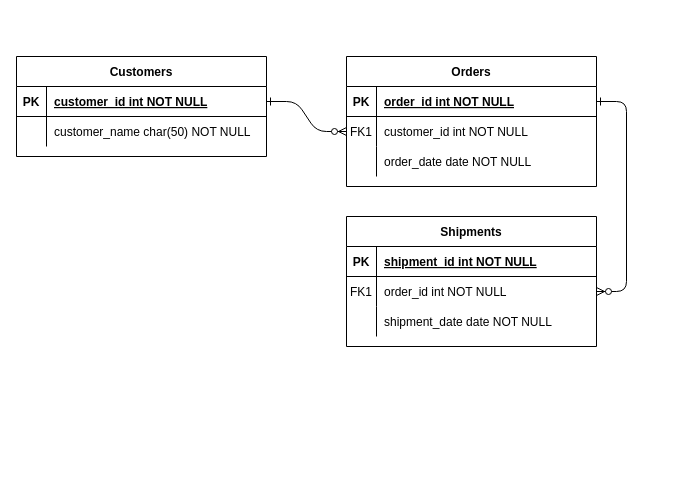
josephtey/UCATApp keeps this draw.io diagram as UCAT APP DB Design.drawio. Above is the earlier version. Source tidied: cells renumbered, new cells numbered last; positions are measured from the earlier drawing's top-left corner, leaving out a move shared by most shapes. Both pictures are drawn from the tidied source at 100%, with x=0, y=0 at pixel (16, 56).
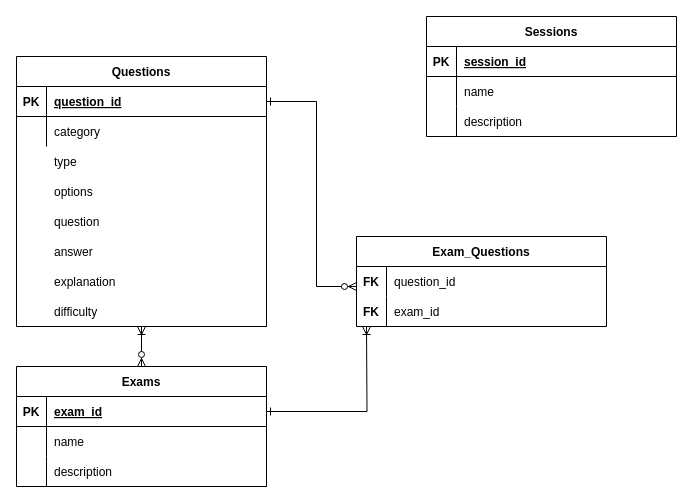
Above is the later version.

Commit message:
Basic implementation of ERD

Unchanged cells that the change refers to:
```xml
<mxCell id="5" style="shape=partialRectangle;fillColor=none;points=[[0,0.5],[1,0.5]];portConstraint=eastwest;top=0;left=0;right=0;bottom=1;" parent="4" vertex="1">
  <mxGeometry y="30" width="250" height="30" as="geometry" />
</mxCell>
<mxCell id="8" style="shape=partialRectangle;fillColor=none;points=[[0,0.5],[1,0.5]];portConstraint=eastwest;top=0;left=0;right=0;bottom=0;" parent="4" vertex="1">
  <mxGeometry y="60" width="250" height="30" as="geometry" />
</mxCell>
<mxCell id="11" style="shape=partialRectangle;fillColor=none;top=0;left=0;right=0;bottom=0;" parent="4" vertex="1">
  <mxGeometry y="90" width="250" height="30" as="geometry" />
</mxCell>
```

Diff of the diagram source:
```diff
@@
-    <mxCell id="2" style="edgeStyle=entityRelationEdgeStyle;endArrow=ERzeroToMany;startArrow=ERone;endFill=1;startFill=0;" parent="1" edge="1" source="25" target="8">
-      <mxGeometry relative="1" as="geometry" />
-    </mxCell>
-    <mxCell id="3" style="edgeStyle=entityRelationEdgeStyle;endArrow=ERzeroToMany;startArrow=ERone;endFill=1;startFill=0;" parent="1" edge="1" source="5" target="18">
-      <mxGeometry relative="1" as="geometry" />
-    </mxCell>
+    <mxCell id="31" style="edgeStyle=orthogonalEdgeStyle;rounded=0;jettySize=auto;html=1;entryX=0.5;entryY=0;entryDx=0;entryDy=0;startArrow=ERoneToMany;startFill=0;endArrow=ERzeroToMany;endFill=1;" parent="1" edge="1" source="24" target="4">
+      <mxGeometry relative="1" as="geometry" />
+    </mxCell>
+    <mxCell id="24" value="Questions" style="shape=table;startSize=30;childLayout=tableLayout;rowLines=0;fontStyle=1;align=center;" parent="1" vertex="1">
+      <mxGeometry width="250" height="270" as="geometry" />
+    </mxCell>
+    <mxCell id="25" style="shape=partialRectangle;fillColor=none;points=[[0,0.5],[1,0.5]];portConstraint=eastwest;top=0;left=0;right=0;bottom=1;" parent="24" vertex="1">
+      <mxGeometry y="30" width="250" height="30" as="geometry" />
+    </mxCell>
+    <mxCell id="26" value="PK" style="shape=partialRectangle;overflow=hidden;fillColor=none;top=0;left=0;bottom=0;right=0;fontStyle=1;" parent="25" vertex="1">
+      <mxGeometry width="30" height="30" as="geometry" />
+    </mxCell>
+    <mxCell id="27" value="question_id" style="shape=partialRectangle;overflow=hidden;fillColor=none;top=0;left=0;bottom=0;right=0;align=left;spacingLeft=6;fontStyle=5;" parent="25" vertex="1">
+      <mxGeometry x="30" width="220" height="30" as="geometry" />
+    </mxCell>
+    <mxCell id="28" style="shape=partialRectangle;fillColor=none;top=0;left=0;right=0;bottom=0;" parent="24" vertex="1">
+      <mxGeometry y="60" width="250" height="30" as="geometry" />
+    </mxCell>
+    <mxCell id="29" style="shape=partialRectangle;overflow=hidden;fillColor=none;top=0;left=0;bottom=0;right=0;" parent="28" vertex="1">
+      <mxGeometry width="30" height="30" as="geometry" />
+    </mxCell>
+    <mxCell id="30" value="category" style="shape=partialRectangle;overflow=hidden;fillColor=none;top=0;left=0;bottom=0;right=0;align=left;spacingLeft=6;" parent="28" vertex="1">
+      <mxGeometry x="30" width="220" height="30" as="geometry" />
+    </mxCell>
+    <mxCell id="32" value="type" style="shape=partialRectangle;overflow=hidden;fillColor=none;top=0;left=0;bottom=0;right=0;align=left;spacingLeft=6;" parent="1" vertex="1">
+      <mxGeometry x="30" y="90" width="220" height="30" as="geometry" />
+    </mxCell>
+    <mxCell id="33" value="options" style="shape=partialRectangle;overflow=hidden;fillColor=none;top=0;left=0;bottom=0;right=0;align=left;spacingLeft=6;" parent="1" vertex="1">
+      <mxGeometry x="30" y="120" width="220" height="30" as="geometry" />
+    </mxCell>
+    <mxCell id="34" value="question" style="shape=partialRectangle;overflow=hidden;fillColor=none;top=0;left=0;bottom=0;right=0;align=left;spacingLeft=6;" parent="1" vertex="1">
+      <mxGeometry x="30" y="150" width="220" height="30" as="geometry" />
+    </mxCell>
+    <mxCell id="35" value="answer" style="shape=partialRectangle;overflow=hidden;fillColor=none;top=0;left=0;bottom=0;right=0;align=left;spacingLeft=6;" parent="1" vertex="1">
+      <mxGeometry x="30" y="180" width="220" height="30" as="geometry" />
+    </mxCell>
+    <mxCell id="36" value="explanation" style="shape=partialRectangle;overflow=hidden;fillColor=none;top=0;left=0;bottom=0;right=0;align=left;spacingLeft=6;" parent="1" vertex="1">
+      <mxGeometry x="30" y="210" width="220" height="30" as="geometry" />
+    </mxCell>
+    <mxCell id="37" value="difficulty" style="shape=partialRectangle;overflow=hidden;fillColor=none;top=0;left=0;bottom=0;right=0;align=left;spacingLeft=6;" parent="1" vertex="1">
+      <mxGeometry x="30" y="240" width="220" height="30" as="geometry" />
+    </mxCell>
-    <mxCell id="4" value="Orders" style="shape=table;startSize=30;childLayout=tableLayout;rowLines=0;fontStyle=1;align=center;" parent="1" vertex="1">
-      <mxGeometry x="330" width="250" height="130" as="geometry" />
+    <mxCell id="4" value="Exams" style="shape=table;startSize=30;childLayout=tableLayout;rowLines=0;fontStyle=1;align=center;" parent="1" vertex="1">
+      <mxGeometry y="310" width="250" height="120" as="geometry" />
     </mxCell>
@@
-    <mxCell id="7" value="order_id int NOT NULL " style="shape=partialRectangle;overflow=hidden;fillColor=none;top=0;left=0;bottom=0;right=0;align=left;spacingLeft=6;fontStyle=5;" parent="5" vertex="1">
+    <mxCell id="7" value="exam_id" style="shape=partialRectangle;overflow=hidden;fillColor=none;top=0;left=0;bottom=0;right=0;align=left;spacingLeft=6;fontStyle=5;" parent="5" vertex="1">
       <mxGeometry x="30" width="220" height="30" as="geometry" />
     </mxCell>
@@
-    <mxCell id="9" value="FK1" style="shape=partialRectangle;overflow=hidden;fillColor=none;top=0;left=0;bottom=0;right=0;" parent="8" vertex="1">
+    <mxCell id="9" style="shape=partialRectangle;overflow=hidden;fillColor=none;top=0;left=0;bottom=0;right=0;" parent="8" vertex="1">
       <mxGeometry width="30" height="30" as="geometry" />
     </mxCell>
-    <mxCell id="10" value="customer_id int NOT NULL" style="shape=partialRectangle;overflow=hidden;fillColor=none;top=0;left=0;bottom=0;right=0;align=left;spacingLeft=6;" parent="8" vertex="1">
+    <mxCell id="10" value="name" style="shape=partialRectangle;overflow=hidden;fillColor=none;top=0;left=0;bottom=0;right=0;align=left;spacingLeft=6;" parent="8" vertex="1">
       <mxGeometry x="30" width="220" height="30" as="geometry" />
     </mxCell>
@@
-    <mxCell id="13" value="order_date date NOT NULL" style="shape=partialRectangle;overflow=hidden;fillColor=none;top=0;left=0;bottom=0;right=0;align=left;spacingLeft=6;" parent="11" vertex="1">
+    <mxCell id="13" value="description" style="shape=partialRectangle;overflow=hidden;fillColor=none;top=0;left=0;bottom=0;right=0;align=left;spacingLeft=6;" parent="11" vertex="1">
       <mxGeometry x="30" width="220" height="30" as="geometry" />
     </mxCell>
-    <mxCell id="14" value="Shipments" style="shape=table;startSize=30;childLayout=tableLayout;rowLines=0;fontStyle=1;align=center;" parent="1" vertex="1">
-      <mxGeometry x="330" y="160" width="250" height="130" as="geometry" />
-    </mxCell>
+    <mxCell id="38" style="group;" parent="1" vertex="1">
+      <mxGeometry x="340" y="180" width="250" height="90" as="geometry" />
+    </mxCell>
+    <mxCell id="39" style="group;" parent="38" vertex="1">
+      <mxGeometry width="250" height="90" as="geometry" />
+    </mxCell>
+    <mxCell id="40" style="group;" parent="39" vertex="1">
+      <mxGeometry width="250" height="90" as="geometry" />
+    </mxCell>
+    <mxCell id="41" value="Exam_Questions" style="shape=table;startSize=30;childLayout=tableLayout;rowLines=0;fontStyle=1;align=center;" parent="40" vertex="1">
+      <mxGeometry width="250" height="90" as="geometry" />
+    </mxCell>
+    <mxCell id="42" style="shape=partialRectangle;fillColor=none;top=0;left=0;right=0;bottom=0;" parent="41" vertex="1">
+      <mxGeometry y="30" width="250" height="30" as="geometry" />
+    </mxCell>
+    <mxCell id="43" style="shape=partialRectangle;overflow=hidden;fillColor=none;top=0;left=0;bottom=0;right=0;" parent="42" vertex="1">
+      <mxGeometry width="30" height="30" as="geometry" />
+    </mxCell>
+    <mxCell id="44" value="question_id" style="shape=partialRectangle;overflow=hidden;fillColor=none;top=0;left=0;bottom=0;right=0;align=left;spacingLeft=6;" parent="42" vertex="1">
+      <mxGeometry x="30" width="220" height="30" as="geometry" />
+    </mxCell>
+    <mxCell id="45" style="shape=partialRectangle;fillColor=none;top=0;left=0;right=0;bottom=0;" parent="41" vertex="1">
+      <mxGeometry y="60" width="250" height="30" as="geometry" />
+    </mxCell>
+    <mxCell id="46" style="shape=partialRectangle;overflow=hidden;fillColor=none;top=0;left=0;bottom=0;right=0;" parent="45" vertex="1">
+      <mxGeometry width="30" height="30" as="geometry" />
+    </mxCell>
+    <mxCell id="47" value="exam_id" style="shape=partialRectangle;overflow=hidden;fillColor=none;top=0;left=0;bottom=0;right=0;align=left;spacingLeft=6;" parent="45" vertex="1">
+      <mxGeometry x="30" width="220" height="30" as="geometry" />
+    </mxCell>
+    <mxCell id="48" value="FK" style="shape=partialRectangle;overflow=hidden;fillColor=none;top=0;left=0;bottom=0;right=0;fontStyle=1;" parent="40" vertex="1">
+      <mxGeometry y="30" width="30" height="30" as="geometry" />
+    </mxCell>
+    <mxCell id="49" value="FK" style="shape=partialRectangle;overflow=hidden;fillColor=none;top=0;left=0;bottom=0;right=0;fontStyle=1;" parent="40" vertex="1">
+      <mxGeometry y="60" width="30" height="30" as="geometry" />
+    </mxCell>
+    <mxCell id="50" style="edgeStyle=orthogonalEdgeStyle;rounded=0;jettySize=auto;html=1;exitX=1;exitY=0.5;exitDx=0;exitDy=0;endArrow=ERzeroToMany;endFill=1;startArrow=ERone;startFill=0;" parent="1" edge="1" source="25">
+      <mxGeometry relative="1" as="geometry">
+        <mxPoint x="340" y="230" as="targetPoint" />
+        <Array as="points">
+          <mxPoint x="300" y="45" />
+          <mxPoint x="300" y="230" />
+        </Array>
+      </mxGeometry>
+    </mxCell>
+    <mxCell id="51" style="edgeStyle=orthogonalEdgeStyle;rounded=0;jettySize=auto;html=1;exitX=1;exitY=0.5;exitDx=0;exitDy=0;startArrow=ERone;startFill=0;endArrow=ERoneToMany;endFill=0;" parent="1" edge="1" source="5">
+      <mxGeometry relative="1" as="geometry">
+        <mxPoint x="350" y="270" as="targetPoint" />
+      </mxGeometry>
+    </mxCell>
+    <mxCell id="52" value="Sessions" style="shape=table;startSize=30;childLayout=tableLayout;rowLines=0;fontStyle=1;align=center;" parent="1" vertex="1">
+      <mxGeometry x="410" y="-40" width="250" height="120" as="geometry" />
+    </mxCell>
-    <mxCell id="15" style="shape=partialRectangle;fillColor=none;top=0;left=0;right=0;bottom=1;" parent="14" vertex="1">
+    <mxCell id="15" style="shape=partialRectangle;fillColor=none;top=0;left=0;right=0;bottom=1;" parent="52" vertex="1">
       <mxGeometry y="30" width="250" height="30" as="geometry" />
     </mxCell>
@@
-    <mxCell id="17" value="shipment_id int NOT NULL " style="shape=partialRectangle;overflow=hidden;fillColor=none;top=0;left=0;bottom=0;right=0;align=left;spacingLeft=6;fontStyle=5;" parent="15" vertex="1">
-      <mxGeometry x="30" width="220" height="30" as="geometry" />
-    </mxCell>
-    <mxCell id="18" style="shape=partialRectangle;fillColor=none;points=[[0,0.5],[1,0.5]];portConstraint=eastwest;top=0;left=0;right=0;bottom=0;" parent="14" vertex="1">
-      <mxGeometry y="60" width="250" height="30" as="geometry" />
-    </mxCell>
-    <mxCell id="19" value="FK1" style="shape=partialRectangle;overflow=hidden;fillColor=none;top=0;left=0;bottom=0;right=0;" parent="18" vertex="1">
-      <mxGeometry width="30" height="30" as="geometry" />
-    </mxCell>
-    <mxCell id="20" value="order_id int NOT NULL" style="shape=partialRectangle;overflow=hidden;fillColor=none;top=0;left=0;bottom=0;right=0;align=left;spacingLeft=6;" parent="18" vertex="1">
-      <mxGeometry x="30" width="220" height="30" as="geometry" />
-    </mxCell>
+    <mxCell id="53" value="session_id" style="shape=partialRectangle;overflow=hidden;fillColor=none;top=0;left=0;bottom=0;right=0;align=left;spacingLeft=6;fontStyle=5;" parent="15" vertex="1">
+      <mxGeometry x="30" width="220" height="30" as="geometry" />
+    </mxCell>
+    <mxCell id="54" style="shape=partialRectangle;fillColor=none;top=0;left=0;right=0;bottom=0;" parent="52" vertex="1">
+      <mxGeometry y="60" width="250" height="30" as="geometry" />
+    </mxCell>
+    <mxCell id="55" style="shape=partialRectangle;overflow=hidden;fillColor=none;top=0;left=0;bottom=0;right=0;" parent="54" vertex="1">
+      <mxGeometry width="30" height="30" as="geometry" />
+    </mxCell>
+    <mxCell id="56" value="name" style="shape=partialRectangle;overflow=hidden;fillColor=none;top=0;left=0;bottom=0;right=0;align=left;spacingLeft=6;" parent="54" vertex="1">
+      <mxGeometry x="30" width="220" height="30" as="geometry" />
+    </mxCell>
-    <mxCell id="21" style="shape=partialRectangle;fillColor=none;top=0;left=0;right=0;bottom=0;" parent="14" vertex="1">
+    <mxCell id="21" style="shape=partialRectangle;fillColor=none;top=0;left=0;right=0;bottom=0;" parent="52" vertex="1">
       <mxGeometry y="90" width="250" height="30" as="geometry" />
     </mxCell>
-    <mxCell id="22" style="shape=partialRectangle;overflow=hidden;fillColor=none;top=0;left=0;bottom=0;right=0;" parent="21" vertex="1">
-      <mxGeometry width="30" height="30" as="geometry" />
-    </mxCell>
-    <mxCell id="23" value="shipment_date date NOT NULL" style="shape=partialRectangle;overflow=hidden;fillColor=none;top=0;left=0;bottom=0;right=0;align=left;spacingLeft=6;" parent="21" vertex="1">
-      <mxGeometry x="30" width="220" height="30" as="geometry" />
-    </mxCell>
-    <mxCell id="24" value="Customers" style="shape=table;startSize=30;childLayout=tableLayout;rowLines=0;fontStyle=1;align=center;" parent="1" vertex="1">
-      <mxGeometry width="250" height="100" as="geometry" />
-    </mxCell>
-    <mxCell id="25" style="shape=partialRectangle;fillColor=none;points=[[0,0.5],[1,0.5]];portConstraint=eastwest;top=0;left=0;right=0;bottom=1;" parent="24" vertex="1">
-      <mxGeometry y="30" width="250" height="30" as="geometry" />
-    </mxCell>
-    <mxCell id="26" value="PK" style="shape=partialRectangle;overflow=hidden;fillColor=none;top=0;left=0;bottom=0;right=0;fontStyle=1;" parent="25" vertex="1">
-      <mxGeometry width="30" height="30" as="geometry" />
-    </mxCell>
-    <mxCell id="27" value="customer_id int NOT NULL " style="shape=partialRectangle;overflow=hidden;fillColor=none;top=0;left=0;bottom=0;right=0;align=left;spacingLeft=6;fontStyle=5;" parent="25" vertex="1">
-      <mxGeometry x="30" width="220" height="30" as="geometry" />
-    </mxCell>
-    <mxCell id="28" style="shape=partialRectangle;fillColor=none;top=0;left=0;right=0;bottom=0;" parent="24" vertex="1">
-      <mxGeometry y="60" width="250" height="30" as="geometry" />
-    </mxCell>
-    <mxCell id="29" style="shape=partialRectangle;overflow=hidden;fillColor=none;top=0;left=0;bottom=0;right=0;" parent="28" vertex="1">
-      <mxGeometry width="30" height="30" as="geometry" />
-    </mxCell>
-    <mxCell id="30" value="customer_name char(50) NOT NULL" style="shape=partialRectangle;overflow=hidden;fillColor=none;top=0;left=0;bottom=0;right=0;align=left;spacingLeft=6;" parent="28" vertex="1">
-      <mxGeometry x="30" width="220" height="30" as="geometry" />
-    </mxCell>
+    <mxCell id="57" style="shape=partialRectangle;overflow=hidden;fillColor=none;top=0;left=0;bottom=0;right=0;" parent="21" vertex="1">
+      <mxGeometry width="30" height="30" as="geometry" />
+    </mxCell>
+    <mxCell id="58" value="description" style="shape=partialRectangle;overflow=hidden;fillColor=none;top=0;left=0;bottom=0;right=0;align=left;spacingLeft=6;" parent="21" vertex="1">
+      <mxGeometry x="30" width="220" height="30" as="geometry" />
+    </mxCell>
```
